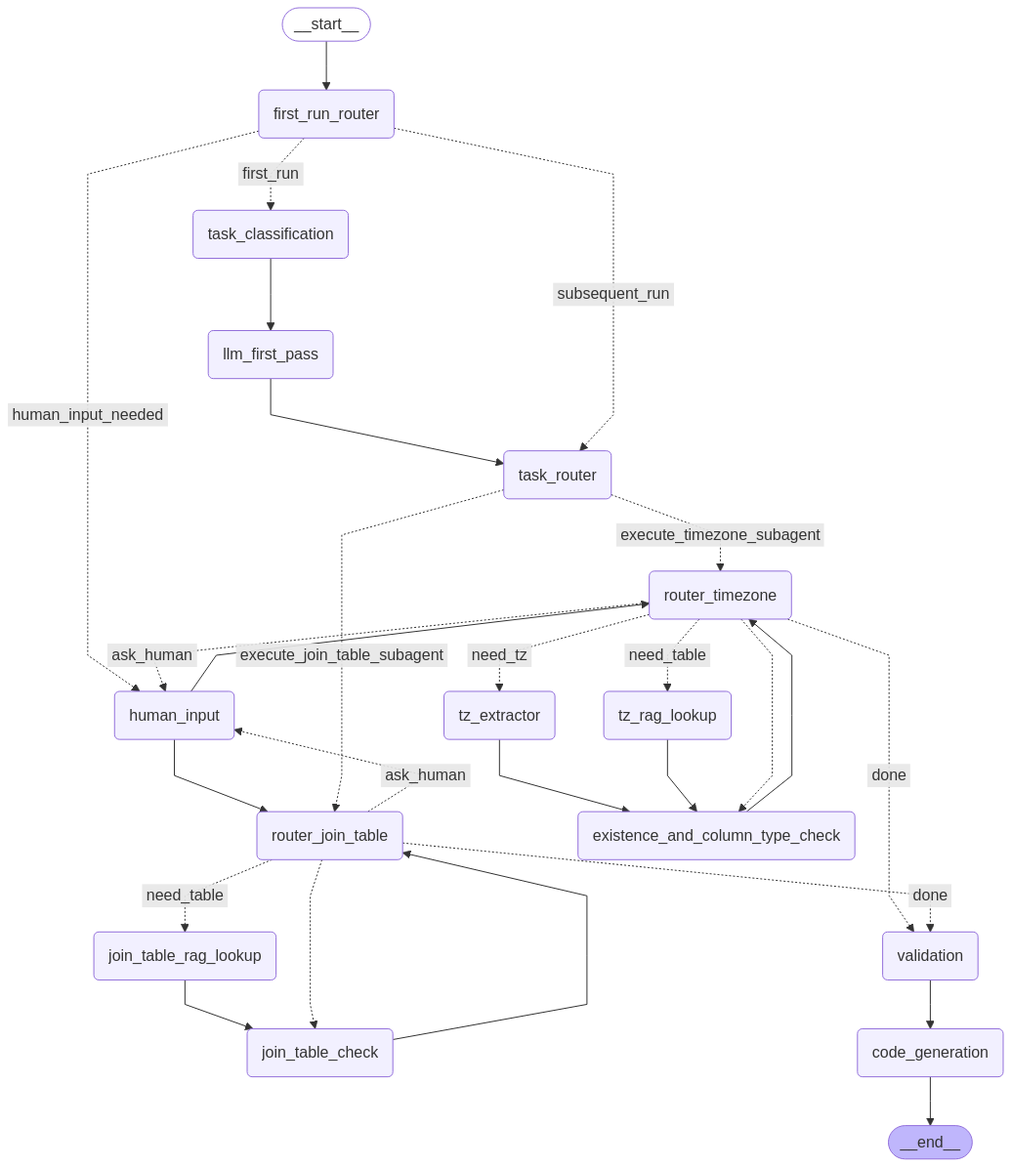
Before: workflow.png, a diagram exported from Mermaid (MaximilianKnuth/GenAI_Nasdaq). Its source is kept beside it as workflow.mmd.
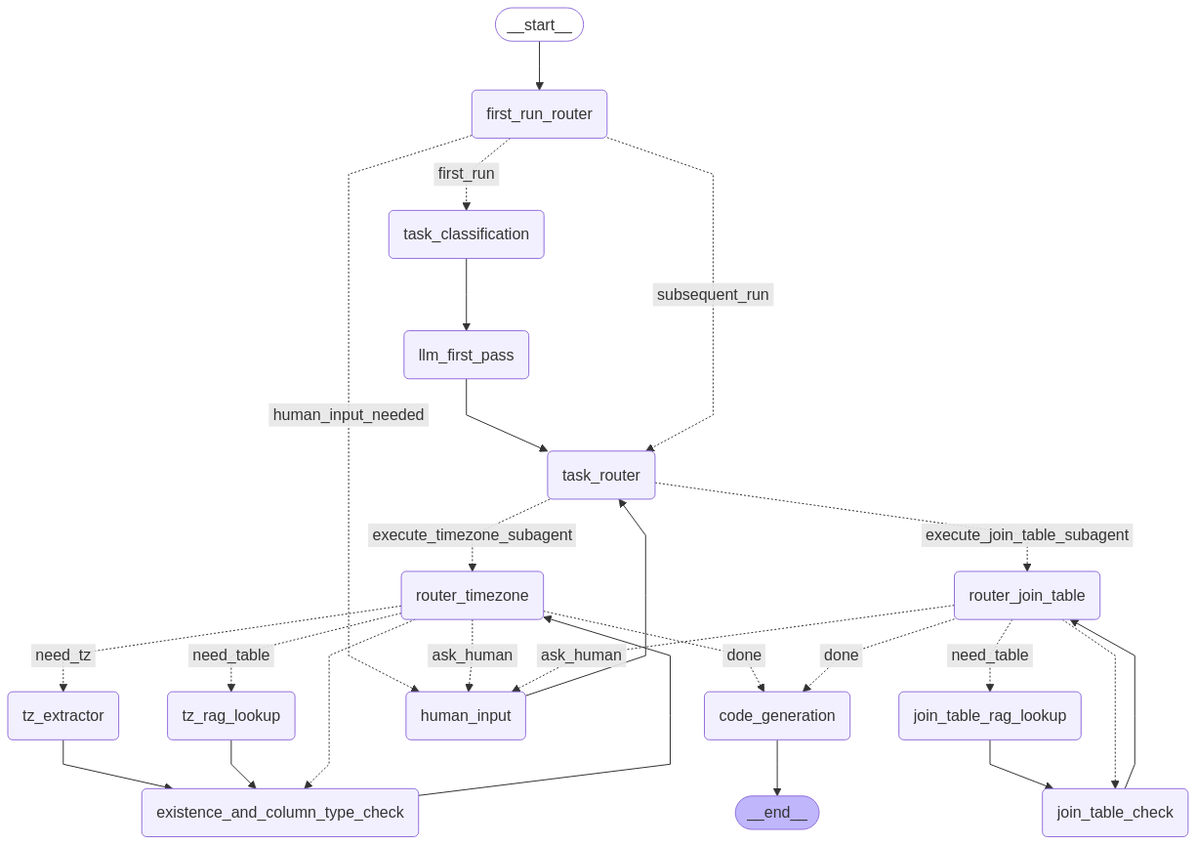
After the change.

Commit message:
Complete table_join agent implemented

What changed in the source:
```diff
@@ -17,21 +17,18 @@
 	existence_and_column_type_check(existence_and_column_type_check)
 	join_table_check(join_table_check)
 	human_input(human_input)
-	validation(validation)
 	code_generation(code_generation)
 	__end__([<p>__end__</p>]):::last
 	__start__ --> first_run_router;
 	code_generation --> __end__;
 	existence_and_column_type_check --> router_timezone;
-	human_input --> router_join_table;
-	human_input --> router_timezone;
+	human_input --> task_router;
 	join_table_check --> router_join_table;
 	join_table_rag_lookup --> join_table_check;
 	llm_first_pass --> task_router;
 	task_classification --> llm_first_pass;
 	tz_extractor --> existence_and_column_type_check;
 	tz_rag_lookup --> existence_and_column_type_check;
-	validation --> code_generation;
 	first_run_router -. &nbsp;first_run&nbsp; .-> task_classification;
 	first_run_router -. &nbsp;human_input_needed&nbsp; .-> human_input;
 	first_run_router -. &nbsp;subsequent_run&nbsp; .-> task_router;
@@ -41,11 +38,11 @@
 	router_timezone -. &nbsp;need_tz&nbsp; .-> tz_extractor;
 	router_timezone -. &nbsp;ask_human&nbsp; .-> human_input;
 	router_timezone -.-> existence_and_column_type_check;
-	router_timezone -. &nbsp;done&nbsp; .-> validation;
+	router_timezone -. &nbsp;done&nbsp; .-> code_generation;
 	router_join_table -. &nbsp;need_table&nbsp; .-> join_table_rag_lookup;
 	router_join_table -. &nbsp;ask_human&nbsp; .-> human_input;
 	router_join_table -.-> join_table_check;
-	router_join_table -. &nbsp;done&nbsp; .-> validation;
+	router_join_table -. &nbsp;done&nbsp; .-> code_generation;
 	classDef default fill:#f2f0ff,line-height:1.2
 	classDef first fill-opacity:0
 	classDef last fill:#bfb6fc
```
